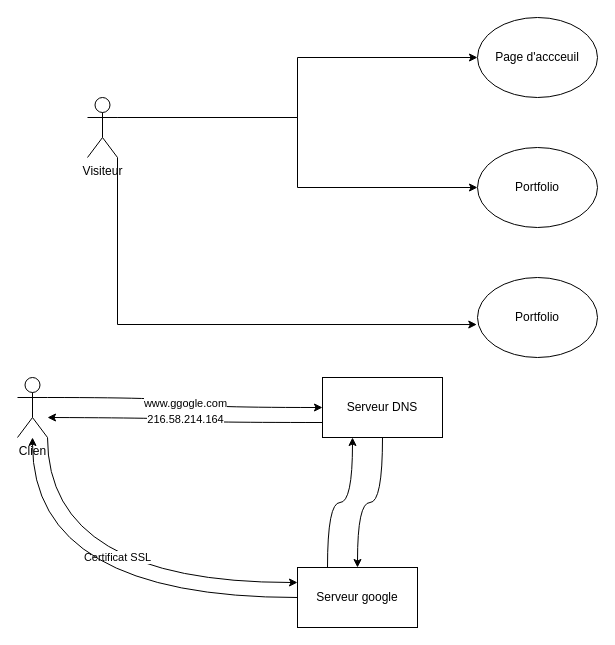
Earlier version of the draw.io diagram usecase.drawio (DuTimDu/AppWeb). Source tidied: cells renumbered, new cells numbered last; positions are measured from the earlier drawing's top-left corner, leaving out a move shared by most shapes. Both pictures are drawn from the tidied source at 100%, with x=0, y=0 at pixel (17, 17).
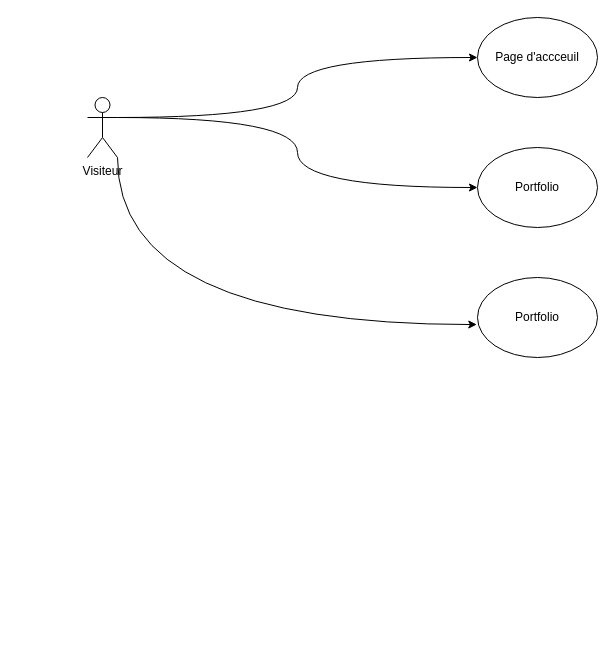
The same diagram, later.

The edit, as a diff of the source:
```diff
@@
 <mxGraphModel>
   <root>
     <mxCell id="0" />
     <mxCell id="1" parent="0" />
-    <mxCell id="2" style="edgeStyle=orthogonalEdgeStyle;rounded=0;jettySize=auto;html=1;exitX=1;exitY=0.3333333333333333;exitDx=0;exitDy=0;exitPerimeter=0;entryX=0;entryY=0.5;entryDx=0;entryDy=0;" parent="1" edge="1" source="4" target="5">
+    <mxCell id="2" style="edgeStyle=orthogonalEdgeStyle;rounded=0;jettySize=auto;html=1;exitX=1;exitY=0.3333333333333333;exitDx=0;exitDy=0;exitPerimeter=0;entryX=0;entryY=0.5;entryDx=0;entryDy=0;curved=1;" parent="1" edge="1" source="4" target="5">
       <mxGeometry relative="1" as="geometry" />
     </mxCell>
-    <mxCell id="3" style="edgeStyle=orthogonalEdgeStyle;rounded=0;jettySize=auto;html=1;exitX=1;exitY=0.3333333333333333;exitDx=0;exitDy=0;exitPerimeter=0;" parent="1" edge="1" source="4" target="6">
+    <mxCell id="3" style="edgeStyle=orthogonalEdgeStyle;rounded=0;jettySize=auto;html=1;exitX=1;exitY=0.3333333333333333;exitDx=0;exitDy=0;exitPerimeter=0;curved=1;" parent="1" edge="1" source="4" target="6">
       <mxGeometry relative="1" as="geometry" />
     </mxCell>
     <mxCell id="4" value="Visiteur" style="shape=umlActor;verticalLabelPosition=bottom;verticalAlign=top;html=1;outlineConnect=0;" parent="1" vertex="1">
       <mxGeometry x="70" y="80" width="30" height="60" as="geometry" />
     </mxCell>
     <mxCell id="5" value="Page d'accceuil" style="ellipse;whiteSpace=wrap;html=1;" parent="1" vertex="1">
       <mxGeometry x="460" width="120" height="80" as="geometry" />
     </mxCell>
     <mxCell id="6" value="Portfolio" style="ellipse;whiteSpace=wrap;html=1;" parent="1" vertex="1">
       <mxGeometry x="460" y="130" width="120" height="80" as="geometry" />
     </mxCell>
     <mxCell id="7" value="Portfolio" style="ellipse;whiteSpace=wrap;html=1;" parent="1" vertex="1">
       <mxGeometry x="460" y="260" width="120" height="80" as="geometry" />
     </mxCell>
-    <mxCell id="8" style="edgeStyle=orthogonalEdgeStyle;rounded=0;jettySize=auto;html=1;exitX=1;exitY=1;exitDx=0;exitDy=0;exitPerimeter=0;entryX=-0.006;entryY=0.588;entryDx=0;entryDy=0;entryPerimeter=0;" parent="1" edge="1" source="4" target="7">
+    <mxCell id="8" style="edgeStyle=orthogonalEdgeStyle;rounded=0;jettySize=auto;html=1;exitX=1;exitY=1;exitDx=0;exitDy=0;exitPerimeter=0;entryX=-0.006;entryY=0.588;entryDx=0;entryDy=0;entryPerimeter=0;curved=1;" parent="1" edge="1" source="4" target="7">
       <mxGeometry relative="1" as="geometry" />
     </mxCell>
-    <mxCell id="9" value="www.ggogle.com" style="edgeStyle=orthogonalEdgeStyle;rounded=0;jettySize=auto;html=1;exitX=1;exitY=0.3333333333333333;exitDx=0;exitDy=0;exitPerimeter=0;entryX=0;entryY=0.5;entryDx=0;entryDy=0;curved=1;" parent="1" edge="1" source="11" target="14">
-      <mxGeometry relative="1" as="geometry" />
-    </mxCell>
-    <mxCell id="10" value="Certificat SSL" style="edgeStyle=orthogonalEdgeStyle;rounded=0;jettySize=auto;html=1;exitX=1;exitY=1;exitDx=0;exitDy=0;exitPerimeter=0;entryX=0;entryY=0.25;entryDx=0;entryDy=0;curved=1;" parent="1" edge="1" source="11" target="17">
-      <mxGeometry x="0.09" y="25" relative="1" as="geometry" />
-    </mxCell>
-    <mxCell id="11" value="Clien" style="shape=umlActor;verticalLabelPosition=bottom;verticalAlign=top;html=1;outlineConnect=0;" parent="1" vertex="1">
-      <mxGeometry y="360" width="30" height="60" as="geometry" />
-    </mxCell>
-    <mxCell id="12" value="216.58.214.164" style="edgeStyle=orthogonalEdgeStyle;rounded=0;jettySize=auto;html=1;exitX=0;exitY=0.75;exitDx=0;exitDy=0;curved=1;" parent="1" edge="1" source="14">
-      <mxGeometry relative="1" as="geometry">
-        <mxPoint x="30" y="400" as="targetPoint" />
-      </mxGeometry>
-    </mxCell>
-    <mxCell id="13" style="edgeStyle=orthogonalEdgeStyle;rounded=0;jettySize=auto;html=1;exitX=0.5;exitY=1;exitDx=0;exitDy=0;curved=1;" parent="1" edge="1" source="14" target="17">
-      <mxGeometry relative="1" as="geometry" />
-    </mxCell>
-    <mxCell id="14" value="Serveur DNS" style="rounded=0;whiteSpace=wrap;html=1;" parent="1" vertex="1">
-      <mxGeometry x="305" y="360" width="120" height="60" as="geometry" />
-    </mxCell>
-    <mxCell id="15" style="edgeStyle=orthogonalEdgeStyle;rounded=0;jettySize=auto;html=1;exitX=0.25;exitY=0;exitDx=0;exitDy=0;entryX=0.25;entryY=1;entryDx=0;entryDy=0;curved=1;" parent="1" edge="1" source="17" target="14">
-      <mxGeometry relative="1" as="geometry" />
-    </mxCell>
-    <mxCell id="16" style="edgeStyle=orthogonalEdgeStyle;rounded=0;jettySize=auto;html=1;exitX=0;exitY=0.5;exitDx=0;exitDy=0;curved=1;" parent="1" edge="1" source="17" target="11">
-      <mxGeometry relative="1" as="geometry" />
-    </mxCell>
-    <mxCell id="17" value="Serveur google" style="rounded=0;whiteSpace=wrap;html=1;" parent="1" vertex="1">
-      <mxGeometry x="280" y="550" width="120" height="60" as="geometry" />
-    </mxCell>
   </root>
 </mxGraphModel>
```
